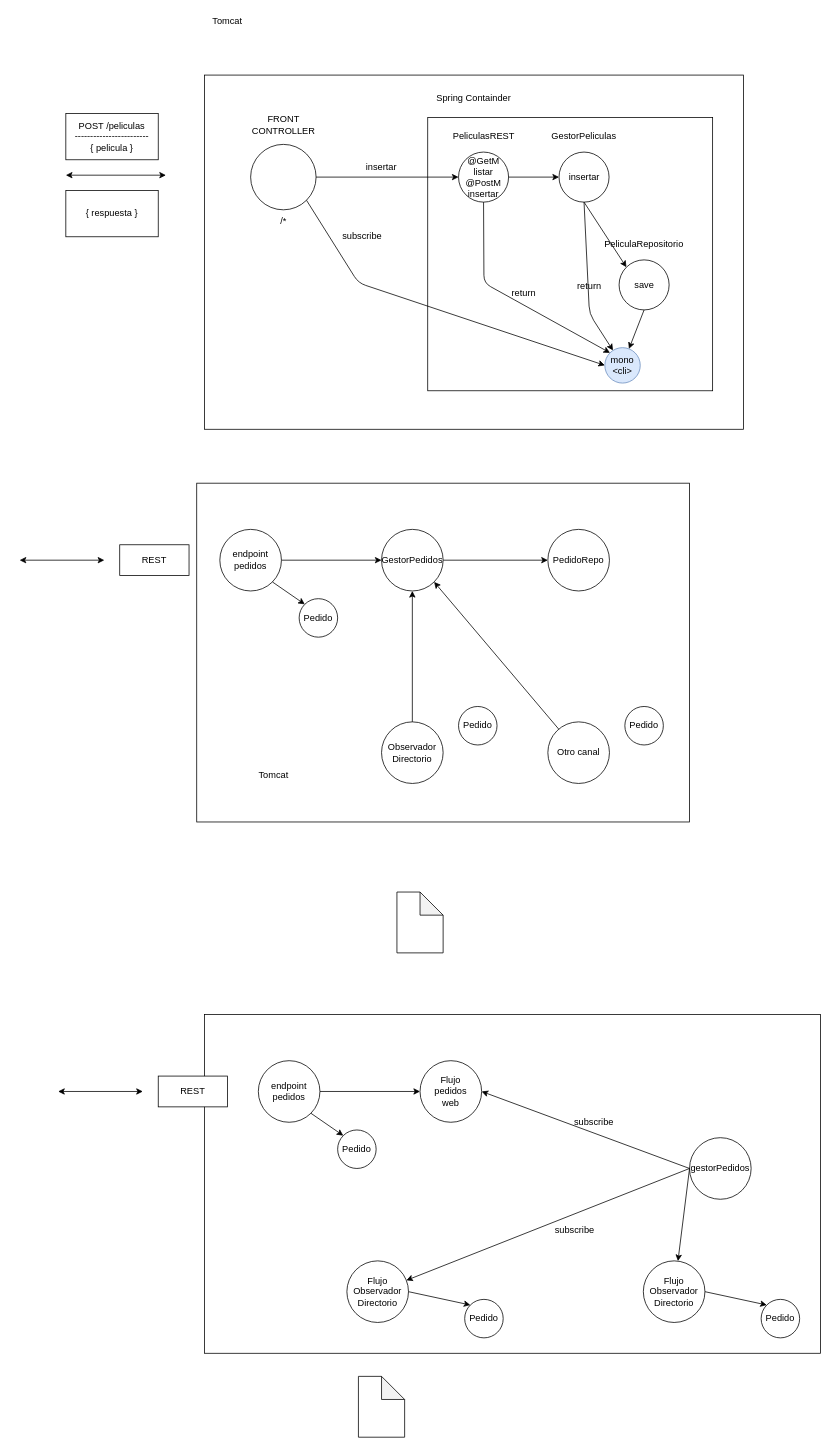
Before: page "Página-4" (4 of 5) of webflux.drawio in lrag/WebFlux, a draw.io diagram. Source tidied: cells renumbered, new cells numbered last; positions are measured from the earlier drawing's top-left corner, leaving out a move shared by most shapes. Both pictures are drawn from the tidied source at 77%, with x=0, y=0 at pixel (19, 13).
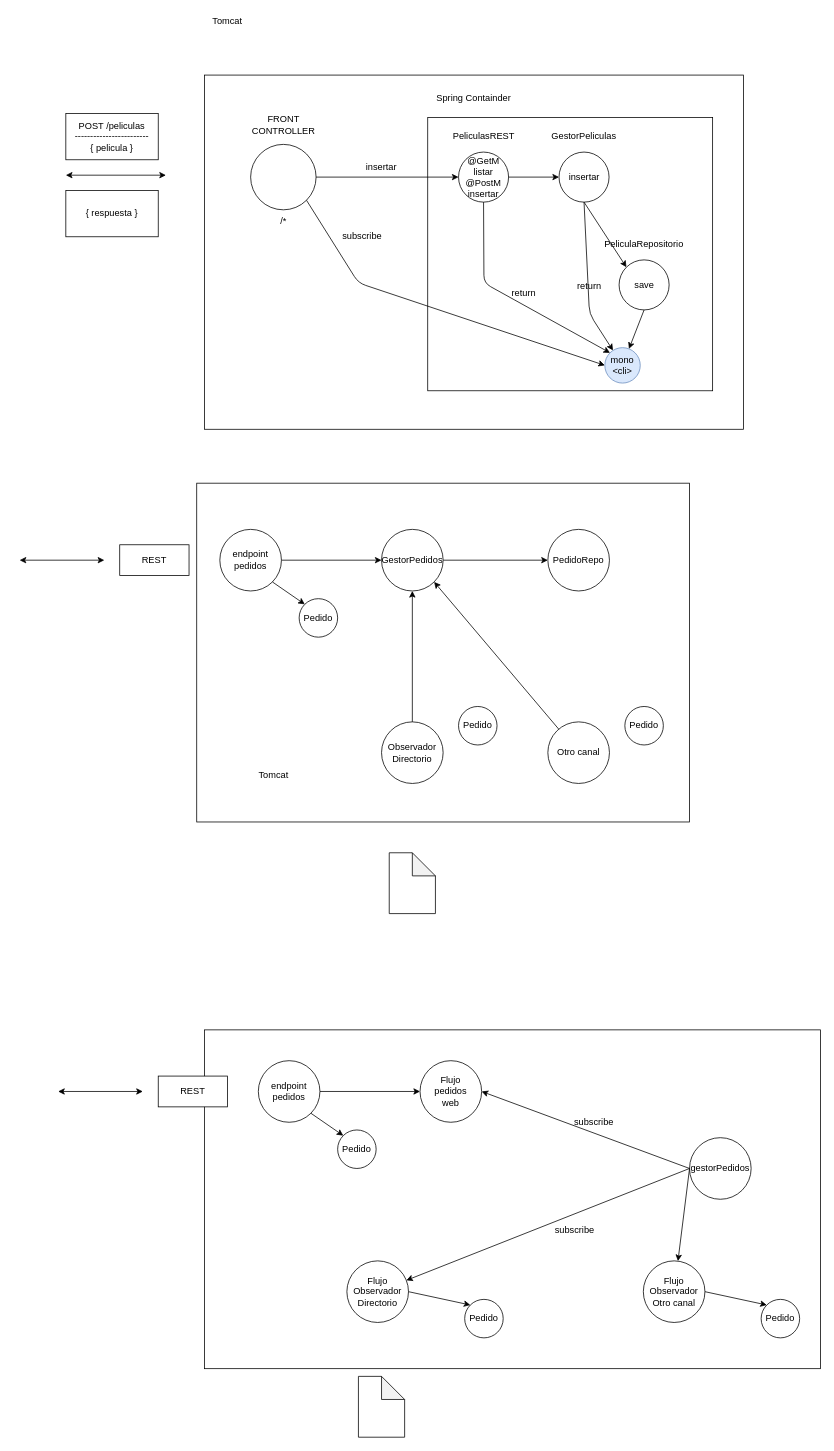
After the change.

Change to the diagram source:
```diff
@@
     <mxCell id="27" style="shape=note;whiteSpace=wrap;html=1;backgroundOutline=1;darkOpacity=0.05;fillColor=#ffffff;" parent="1" vertex="1">
-      <mxGeometry x="490" y="1141" width="60" height="79" as="geometry" />
+      <mxGeometry x="480" y="1090" width="60" height="79" as="geometry" />
     </mxCell>
@@
     <mxCell id="32" style="rounded=0;whiteSpace=wrap;html=1;fillColor=none;" parent="1" vertex="1">
-      <mxGeometry x="240" y="1300" width="800" height="440" as="geometry" />
+      <mxGeometry x="240" y="1320" width="800" height="440" as="geometry" />
     </mxCell>
@@
-    <mxCell id="52" value="Flujo&lt;br&gt;Observador&lt;br&gt;Directorio" style="ellipse;whiteSpace=wrap;html=1;fillColor=#ffffff;" parent="1" vertex="1">
+    <mxCell id="52" value="Flujo&lt;br&gt;Observador&lt;br&gt;Otro canal" style="ellipse;whiteSpace=wrap;html=1;fillColor=#ffffff;" parent="1" vertex="1">
       <mxGeometry x="810" y="1620" width="80" height="80" as="geometry" />
     </mxCell>
```
